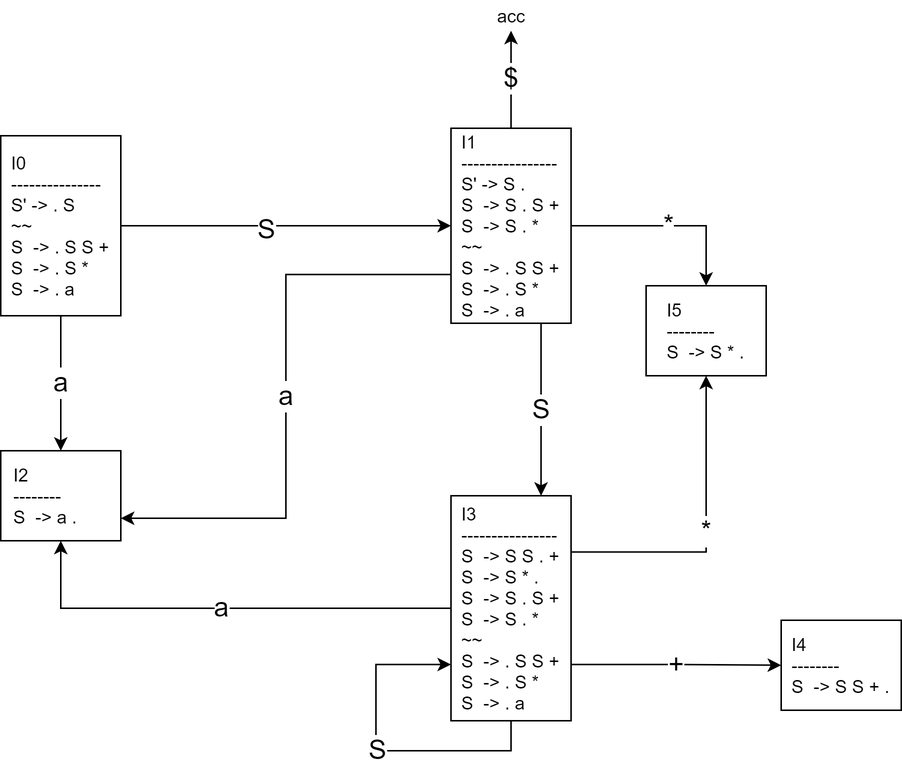
Above: docs/hw/hw_04_03.assets/comp0403-ex2-lr-0.png in chuan-325/comp-21sp (draw.io), before the change. Source tidied: cells renumbered, new cells last; positions are measured from the earlier drawing's top-left corner, leaving out a move shared by most shapes.
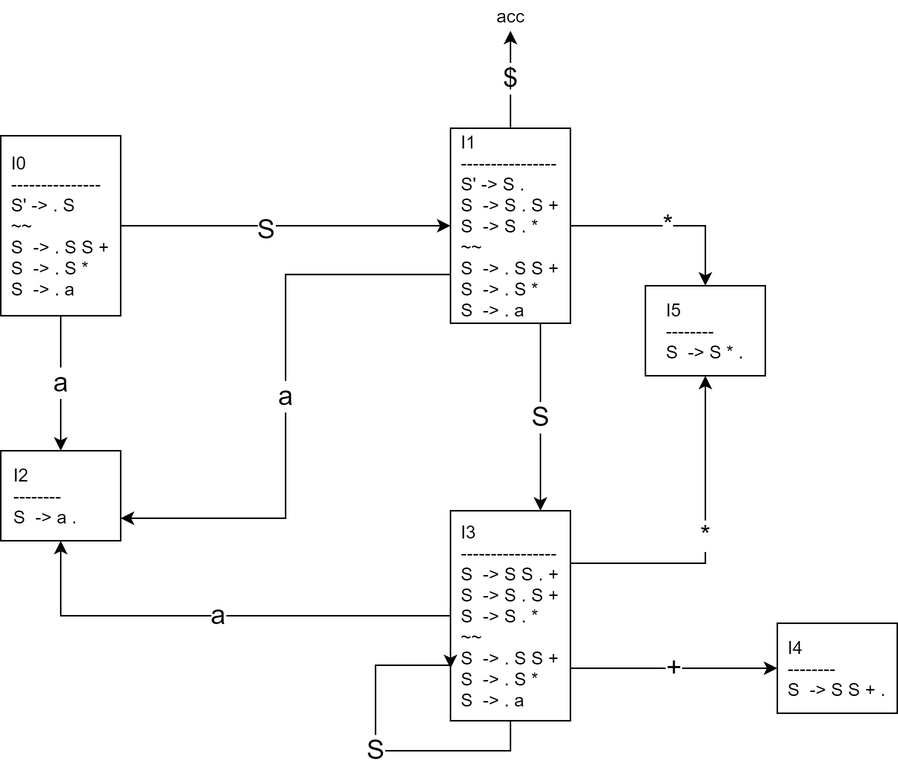
Above is the later version.

What changed in the source:
```diff
@@ -40,11 +40,11 @@
     <mxCell id="13" value="&lt;font style=&quot;font-size: 18px&quot;&gt;+&lt;/font&gt;" style="edgeStyle=orthogonalEdgeStyle;rounded=0;jettySize=auto;html=1;exitX=1;exitY=0.75;exitDx=0;exitDy=0;entryX=0;entryY=0.5;entryDx=0;entryDy=0;" parent="1" edge="1" source="14" target="15">
       <mxGeometry relative="1" as="geometry" />
     </mxCell>
-    <mxCell id="14" value="&lt;div style=&quot;text-align: left&quot;&gt;&lt;span&gt;I3&lt;/span&gt;&lt;/div&gt;&lt;div style=&quot;text-align: left&quot;&gt;&lt;span&gt;----------------&lt;/span&gt;&lt;/div&gt;&lt;div style=&quot;text-align: left&quot;&gt;&lt;span&gt;&lt;div&gt;S&amp;nbsp; -&amp;gt; S S . +&lt;/div&gt;&lt;div&gt;S&amp;nbsp; -&amp;gt; S * .&lt;/div&gt;&lt;div&gt;&lt;div&gt;S&amp;nbsp; -&amp;gt; S . S +&lt;/div&gt;&lt;div&gt;S&amp;nbsp; -&amp;gt; S . *&lt;/div&gt;&lt;div&gt;~~&lt;/div&gt;&lt;div&gt;&lt;div&gt;S&amp;nbsp; -&amp;gt; . S S +&lt;/div&gt;&lt;div&gt;S&amp;nbsp; -&amp;gt; . S *&lt;/div&gt;&lt;div&gt;S&amp;nbsp; -&amp;gt; . a&lt;/div&gt;&lt;/div&gt;&lt;/div&gt;&lt;/span&gt;&lt;/div&gt;" style="rounded=0;whiteSpace=wrap;html=1;" parent="1" vertex="1">
-      <mxGeometry x="300" y="330" width="80" height="150" as="geometry" />
+    <mxCell id="14" value="&lt;div style=&quot;text-align: left&quot;&gt;&lt;span&gt;I3&lt;/span&gt;&lt;/div&gt;&lt;div style=&quot;text-align: left&quot;&gt;&lt;span&gt;----------------&lt;/span&gt;&lt;/div&gt;&lt;div style=&quot;text-align: left&quot;&gt;&lt;span&gt;&lt;div&gt;S&amp;nbsp; -&amp;gt; S S . +&lt;/div&gt;&lt;div&gt;&lt;div&gt;S&amp;nbsp; -&amp;gt; S . S +&lt;/div&gt;&lt;div&gt;S&amp;nbsp; -&amp;gt; S . *&lt;/div&gt;&lt;div&gt;~~&lt;/div&gt;&lt;div&gt;&lt;div&gt;S&amp;nbsp; -&amp;gt; . S S +&lt;/div&gt;&lt;div&gt;S&amp;nbsp; -&amp;gt; . S *&lt;/div&gt;&lt;div&gt;S&amp;nbsp; -&amp;gt; . a&lt;/div&gt;&lt;/div&gt;&lt;/div&gt;&lt;/span&gt;&lt;/div&gt;" style="rounded=0;whiteSpace=wrap;html=1;" parent="1" vertex="1">
+      <mxGeometry x="300" y="340" width="80" height="140" as="geometry" />
     </mxCell>
     <mxCell id="15" value="&lt;div style=&quot;text-align: left&quot;&gt;&lt;span&gt;I4&lt;/span&gt;&lt;/div&gt;&lt;div style=&quot;text-align: left&quot;&gt;--------&lt;br&gt;&lt;/div&gt;&lt;div style=&quot;text-align: left&quot;&gt;&lt;span&gt;&lt;div&gt;S&amp;nbsp; -&amp;gt; S S + .&lt;/div&gt;&lt;/span&gt;&lt;/div&gt;" style="rounded=0;whiteSpace=wrap;html=1;" parent="1" vertex="1">
-      <mxGeometry x="520" y="413" width="80" height="60" as="geometry" />
+      <mxGeometry x="518" y="415" width="80" height="60" as="geometry" />
     </mxCell>
     <mxCell id="16" value="&lt;div style=&quot;text-align: left&quot;&gt;&lt;span&gt;I5&lt;/span&gt;&lt;/div&gt;&lt;div style=&quot;text-align: left&quot;&gt;--------&lt;br&gt;&lt;/div&gt;&lt;div style=&quot;text-align: left&quot;&gt;&lt;span&gt;&lt;div&gt;S&amp;nbsp; -&amp;gt; S * .&lt;/div&gt;&lt;/span&gt;&lt;/div&gt;" style="rounded=0;whiteSpace=wrap;html=1;" parent="1" vertex="1">
       <mxGeometry x="430" y="190" width="80" height="60" as="geometry" />
```
